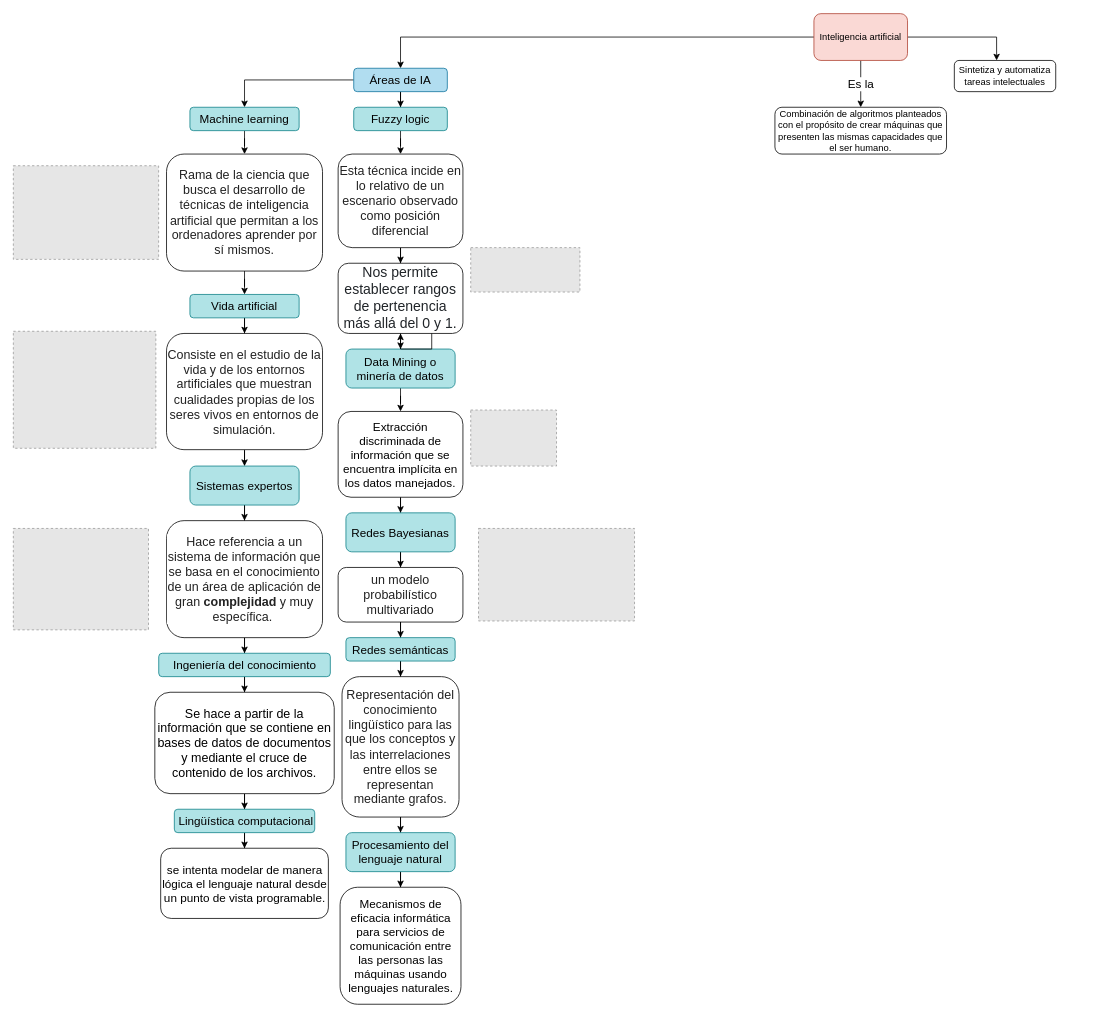
Earlier version of the draw.io diagram new.drawio (rulgamer03/Mapas). Source tidied: cells renumbered, new cells numbered last; positions are measured from the earlier drawing's top-left corner, leaving out a move shared by most shapes. Both pictures are drawn from the tidied source at 78%, with x=0, y=0 at pixel (13, 13). Pictures stored in the file or linked from it are replaced by grey dashed boxes.
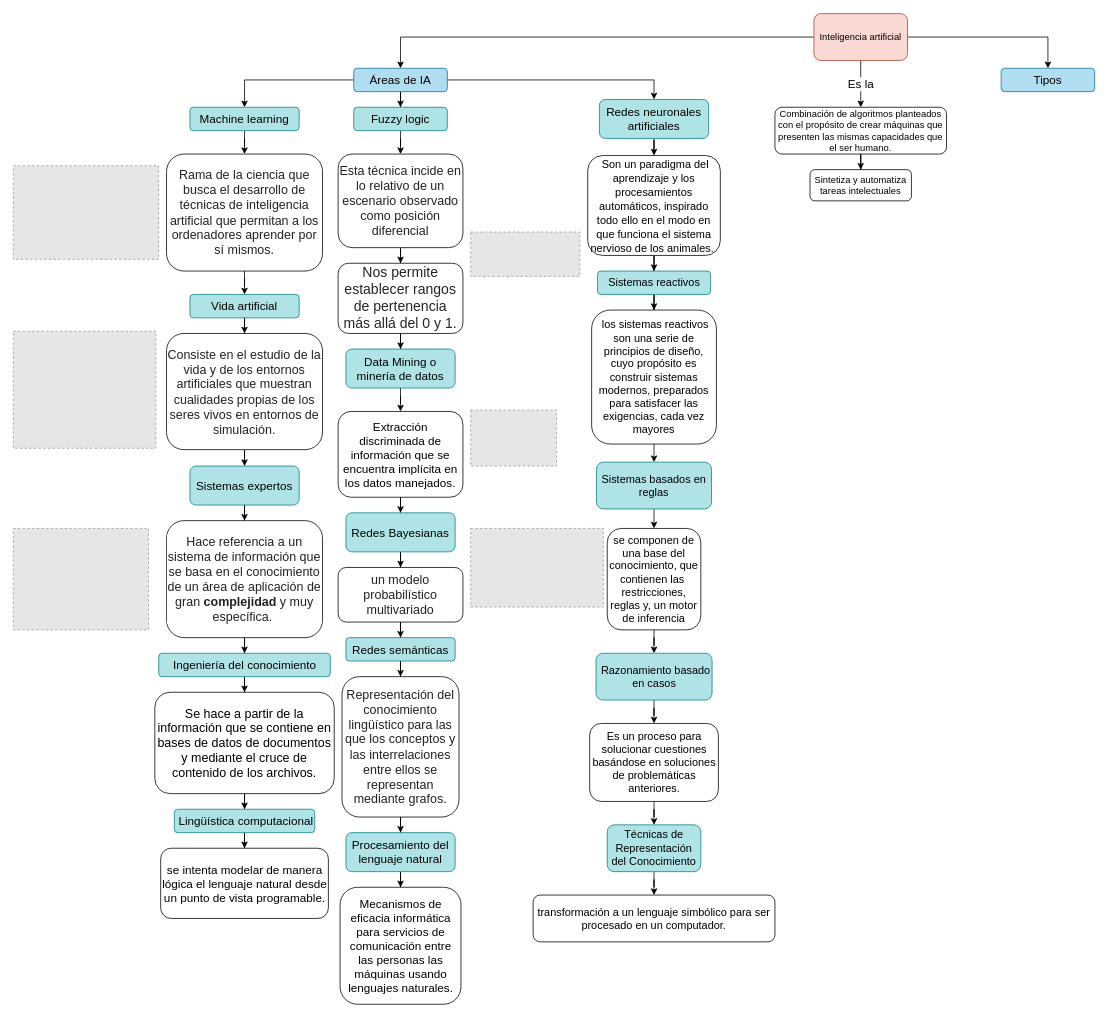
After the change.

Unchanged cells that the change refers to:
```xml
<mxCell id="5" value="Inteligencia artificial" style="rounded=1;whiteSpace=wrap;html=1;fillColor=#fad9d5;strokeColor=#ae4132;" parent="1" vertex="1">
  <mxGeometry x="1026" width="120" height="60" as="geometry" />
</mxCell>
<mxCell id="7" value="&lt;span style=&quot;background-color: initial;&quot;&gt;Combinación de algoritmos planteados con el propósito&amp;nbsp;&lt;/span&gt;&lt;span style=&quot;background-color: initial;&quot;&gt;de crear máquinas que presenten las mismas capacidades que el ser humano.&lt;/span&gt;" style="rounded=1;whiteSpace=wrap;html=1;" parent="1" vertex="1">
  <mxGeometry x="976" y="120" width="220" height="60" as="geometry" />
</mxCell>
<mxCell id="10" value="Áreas de IA" style="rounded=1;whiteSpace=wrap;html=1;fontSize=15;fillColor=#b1ddf0;strokeColor=#10739e;" parent="1" vertex="1">
  <mxGeometry x="436" y="70" width="120" height="30" as="geometry" />
</mxCell>
<mxCell id="23" value="&lt;span style=&quot;color: rgb(33, 37, 41); font-family: Montserrat, Helvetica, Arial, sans-serif; font-size: 18px; font-style: normal; font-variant-ligatures: normal; font-variant-caps: normal; font-weight: 400; letter-spacing: normal; orphans: 2; text-align: left; text-indent: 0px; text-transform: none; widows: 2; word-spacing: 0px; -webkit-text-stroke-width: 0px; background-color: rgb(255, 255, 255); text-decoration-thickness: initial; text-decoration-style: initial; text-decoration-color: initial; float: none; display: inline !important;&quot;&gt;Nos permite establecer rangos de pertenencia más allá del 0 y 1.&lt;/span&gt;" style="rounded=1;whiteSpace=wrap;html=1;fontSize=15;" parent="1" vertex="1">
  <mxGeometry x="416" y="320" width="160" height="90" as="geometry" />
</mxCell>
```

Diff of the diagram source:
```diff
@@
-    <mxCell id="4" style="edgeStyle=orthogonalEdgeStyle;rounded=0;jettySize=auto;html=1;fontSize=15;entryX=0.417;entryY=0;entryDx=0;entryDy=0;entryPerimeter=0;" parent="1" edge="1" source="5" target="6">
-      <mxGeometry relative="1" as="geometry" />
-    </mxCell>
+    <mxCell id="58" style="edgeStyle=orthogonalEdgeStyle;rounded=0;jettySize=auto;html=1;fontSize=14;fontColor=default;entryX=0.5;entryY=0;entryDx=0;entryDy=0;" parent="1" edge="1" source="5" target="80">
+      <mxGeometry relative="1" as="geometry" />
+    </mxCell>
@@
     <mxCell id="6" value="Sintetiza y automatiza tareas intelectuales" style="rounded=1;whiteSpace=wrap;html=1;" parent="1" vertex="1">
-      <mxGeometry x="1206" y="60" width="130" height="40" as="geometry" />
+      <mxGeometry x="1021" y="200" width="130" height="40" as="geometry" />
     </mxCell>
+    <mxCell id="59" style="edgeStyle=orthogonalEdgeStyle;rounded=0;jettySize=auto;html=1;fontSize=15;fontColor=default;" parent="1" edge="1" source="7" target="6">
+      <mxGeometry relative="1" as="geometry" />
+    </mxCell>
@@
+    <mxCell id="60" style="edgeStyle=orthogonalEdgeStyle;rounded=0;jettySize=auto;html=1;entryX=0.5;entryY=0;entryDx=0;entryDy=0;fontSize=15;fontColor=default;" parent="1" edge="1" source="10" target="62">
+      <mxGeometry relative="1" as="geometry" />
+    </mxCell>
@@
     <mxCell id="24" style="fillColor=#E6E6E6;strokeColor=#999999;dashed=1;verticalLabelPosition=bottom;verticalAlign=top;fontSize=15;" parent="1" vertex="1">
-      <mxGeometry x="586" y="300" width="140" height="56.9" as="geometry" />
+      <mxGeometry x="586" y="280" width="140" height="56.9" as="geometry" />
     </mxCell>
@@
     <mxCell id="42" style="fillColor=#E6E6E6;strokeColor=#999999;dashed=1;verticalLabelPosition=bottom;labelBackgroundColor=default;verticalAlign=top;" parent="1" vertex="1">
-      <mxGeometry x="596" y="660" width="200" height="118.6" as="geometry" />
+      <mxGeometry x="586" y="660" width="170" height="100.8" as="geometry" />
     </mxCell>
@@
-    <mxCell id="54" style="edgeStyle=orthogonalEdgeStyle;rounded=0;orthogonalLoop=1;jettySize=auto;html=1;exitX=0.75;exitY=1;exitDx=0;exitDy=0;fontSize=15;fontColor=default;" parent="1" edge="1" source="23" target="23">
-      <mxGeometry relative="1" as="geometry" />
-    </mxCell>
@@
+    <mxCell id="61" style="edgeStyle=orthogonalEdgeStyle;rounded=0;jettySize=auto;html=1;fontSize=15;fontColor=default;" parent="1" edge="1" source="62" target="64">
+      <mxGeometry relative="1" as="geometry" />
+    </mxCell>
+    <mxCell id="62" value="Redes neuronales artificiales" style="rounded=1;whiteSpace=wrap;html=1;labelBackgroundColor=none;fontSize=15;fillColor=#b0e3e6;strokeColor=#0e8088;" parent="1" vertex="1">
+      <mxGeometry x="751" y="110" width="140" height="50" as="geometry" />
+    </mxCell>
+    <mxCell id="63" style="edgeStyle=orthogonalEdgeStyle;rounded=0;jettySize=auto;html=1;fontSize=14;fontColor=default;" parent="1" edge="1" source="64" target="66">
+      <mxGeometry relative="1" as="geometry" />
+    </mxCell>
+    <mxCell id="64" value="&lt;font style=&quot;font-size: 14px;&quot;&gt;&amp;nbsp;Son un paradigma del aprendizaje y los procesamientos automáticos, inspirado todo ello en el modo en que funciona el sistema nervioso de los animales.&amp;nbsp;&lt;/font&gt;" style="rounded=1;whiteSpace=wrap;html=1;labelBackgroundColor=none;fontSize=15;fontColor=default;" parent="1" vertex="1">
+      <mxGeometry x="736" y="181.9" width="170" height="128.1" as="geometry" />
+    </mxCell>
+    <mxCell id="65" style="edgeStyle=orthogonalEdgeStyle;rounded=0;jettySize=auto;html=1;fontSize=14;fontColor=default;" parent="1" edge="1" source="66" target="68">
+      <mxGeometry relative="1" as="geometry" />
+    </mxCell>
+    <mxCell id="66" value="Sistemas reactivos" style="rounded=1;whiteSpace=wrap;html=1;labelBackgroundColor=none;fontSize=14;fillColor=#b0e3e6;strokeColor=#0e8088;" parent="1" vertex="1">
+      <mxGeometry x="748.5" y="330" width="145" height="30" as="geometry" />
+    </mxCell>
+    <mxCell id="67" style="edgeStyle=orthogonalEdgeStyle;rounded=0;jettySize=auto;html=1;fontSize=14;fontColor=default;" parent="1" edge="1" source="68" target="70">
+      <mxGeometry relative="1" as="geometry" />
+    </mxCell>
+    <mxCell id="68" value="&amp;nbsp;los sistemas reactivos son una serie de principios de diseño, cuyo propósito es construir sistemas modernos, preparados para satisfacer las exigencias, cada vez mayores" style="rounded=1;whiteSpace=wrap;html=1;labelBackgroundColor=none;fontSize=14;fontColor=default;" parent="1" vertex="1">
+      <mxGeometry x="741" y="380" width="160" height="171.8" as="geometry" />
+    </mxCell>
+    <mxCell id="69" style="edgeStyle=orthogonalEdgeStyle;rounded=0;jettySize=auto;html=1;fontSize=14;fontColor=default;" parent="1" edge="1" source="70" target="72">
+      <mxGeometry relative="1" as="geometry" />
+    </mxCell>
+    <mxCell id="70" value="Sistemas basados en reglas" style="rounded=1;whiteSpace=wrap;html=1;labelBackgroundColor=none;fontSize=14;fillColor=#b0e3e6;strokeColor=#0e8088;" parent="1" vertex="1">
+      <mxGeometry x="747.2" y="575" width="147.5" height="60" as="geometry" />
+    </mxCell>
+    <mxCell id="71" style="edgeStyle=orthogonalEdgeStyle;rounded=0;jettySize=auto;html=1;fontSize=14;fontColor=default;" parent="1" edge="1" source="72" target="74">
+      <mxGeometry relative="1" as="geometry" />
+    </mxCell>
+    <mxCell id="72" value="se componen de una base del conocimiento, que contienen las&amp;nbsp; restricciones, reglas y, un motor de inferencia" style="rounded=1;whiteSpace=wrap;html=1;labelBackgroundColor=none;fontSize=14;fontColor=default;" parent="1" vertex="1">
+      <mxGeometry x="761" y="660" width="120" height="130" as="geometry" />
+    </mxCell>
+    <mxCell id="73" style="edgeStyle=orthogonalEdgeStyle;rounded=0;jettySize=auto;html=1;fontSize=14;fontColor=default;" parent="1" edge="1" source="74" target="76">
+      <mxGeometry relative="1" as="geometry" />
+    </mxCell>
+    <mxCell id="74" value="&amp;nbsp;Razonamiento basado en casos" style="rounded=1;whiteSpace=wrap;html=1;labelBackgroundColor=none;fontSize=14;fillColor=#b0e3e6;strokeColor=#0e8088;" parent="1" vertex="1">
+      <mxGeometry x="746.6" y="820" width="148.8" height="60" as="geometry" />
+    </mxCell>
+    <mxCell id="75" style="edgeStyle=orthogonalEdgeStyle;rounded=0;jettySize=auto;html=1;fontSize=14;fontColor=default;" parent="1" edge="1" source="76" target="78">
+      <mxGeometry relative="1" as="geometry" />
+    </mxCell>
+    <mxCell id="76" value="Es un proceso para solucionar cuestiones basándose en soluciones de problemáticas anteriores." style="rounded=1;whiteSpace=wrap;html=1;labelBackgroundColor=none;fontSize=14;fontColor=default;" parent="1" vertex="1">
+      <mxGeometry x="738.5" y="910" width="165" height="100" as="geometry" />
+    </mxCell>
+    <mxCell id="77" style="edgeStyle=orthogonalEdgeStyle;rounded=0;jettySize=auto;html=1;fontSize=14;fontColor=default;" parent="1" edge="1" source="78" target="79">
+      <mxGeometry relative="1" as="geometry" />
+    </mxCell>
+    <mxCell id="78" value="Técnicas de Representación del Conocimiento" style="rounded=1;whiteSpace=wrap;html=1;labelBackgroundColor=none;fontSize=14;fillColor=#b0e3e6;strokeColor=#0e8088;" parent="1" vertex="1">
+      <mxGeometry x="761" y="1040" width="120" height="60" as="geometry" />
+    </mxCell>
+    <mxCell id="79" value="transformación a un lenguaje simbólico para ser procesado en un computador." style="rounded=1;whiteSpace=wrap;html=1;labelBackgroundColor=none;fontSize=14;fontColor=default;" parent="1" vertex="1">
+      <mxGeometry x="666" y="1130" width="310" height="60" as="geometry" />
+    </mxCell>
+    <mxCell id="80" value="Tipos" style="rounded=1;whiteSpace=wrap;html=1;fontSize=15;fillColor=#b1ddf0;strokeColor=#10739e;" parent="1" vertex="1">
+      <mxGeometry x="1266" y="70" width="120" height="30" as="geometry" />
+    </mxCell>
```
